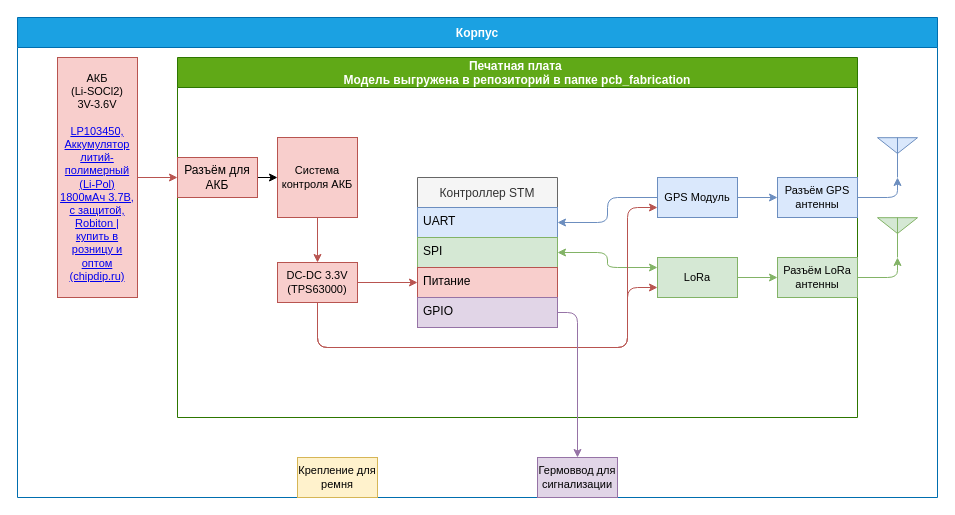
Before: doc/Tracker/Структурая схема треккера Peggy Tracker.drawio in Kvenecusghost/Peggy, a draw.io diagram. Source tidied: cells renumbered, new cells numbered last; positions are measured from the earlier drawing's top-left corner, leaving out a move shared by most shapes. Both pictures are drawn from the tidied source at 100%, with x=0, y=0 at pixel (17, 17).
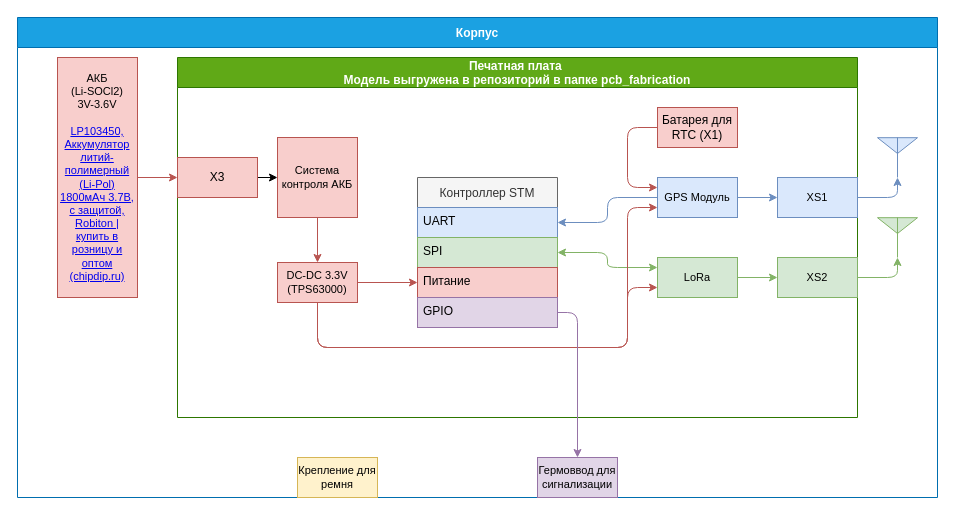
The same diagram, later.

Commit message (it also covers changes not shown here):
Доработал структурную схему Peggy Receiver. Добавил обновлённую структурную схему в ТЗ

Unchanged cells that the change refers to:
```xml
<mxCell id="3" value="Печатная плата &#10;Модель выгружена в репозиторий в папке pcb_fabrication" style="swimlane;startSize=30;fillColor=#60a917;fontColor=#ffffff;strokeColor=#2D7600;" parent="2" vertex="1">
  <mxGeometry x="160" y="40" width="680" height="360" as="geometry" />
</mxCell>
<mxCell id="5" value="&lt;font style=&quot;font-size: 11px&quot;&gt;GPS Модуль&lt;/font&gt;" style="rounded=0;whiteSpace=wrap;html=1;fontSize=11;fillColor=#dae8fc;strokeColor=#6c8ebf;" parent="3" vertex="1">
  <mxGeometry x="480" y="120" width="80" height="40" as="geometry" />
</mxCell>
```

What changed in the source:
```diff
@@
-    <mxCell id="22" value="Разъём для АКБ" style="rounded=0;whiteSpace=wrap;html=1;fillColor=#f8cecc;strokeColor=#b85450;" parent="3" vertex="1">
+    <mxCell id="22" value="X3" style="rounded=0;whiteSpace=wrap;html=1;fillColor=#f8cecc;strokeColor=#b85450;" parent="3" vertex="1">
       <mxGeometry y="100" width="80" height="40" as="geometry" />
     </mxCell>
-    <mxCell id="23" value="&lt;font style=&quot;font-size: 11px&quot;&gt;Разъём GPS антенны&lt;/font&gt;" style="rounded=0;whiteSpace=wrap;html=1;fontSize=11;fillColor=#dae8fc;strokeColor=#6c8ebf;" parent="3" vertex="1">
+    <mxCell id="23" value="&lt;font style=&quot;font-size: 11px&quot;&gt;XS1&lt;/font&gt;" style="rounded=0;whiteSpace=wrap;html=1;fontSize=11;fillColor=#dae8fc;strokeColor=#6c8ebf;" parent="3" vertex="1">
       <mxGeometry x="600" y="120" width="80" height="40" as="geometry" />
     </mxCell>
-    <mxCell id="24" value="&lt;font style=&quot;font-size: 11px&quot;&gt;Разъём LoRa антенны&lt;/font&gt;" style="rounded=0;whiteSpace=wrap;html=1;fontSize=11;fillColor=#d5e8d4;strokeColor=#82b366;" parent="3" vertex="1">
+    <mxCell id="24" value="&lt;font style=&quot;font-size: 11px&quot;&gt;XS2&lt;/font&gt;" style="rounded=0;whiteSpace=wrap;html=1;fontSize=11;fillColor=#d5e8d4;strokeColor=#82b366;" parent="3" vertex="1">
       <mxGeometry x="600" y="200" width="80" height="40" as="geometry" />
     </mxCell>
+    <mxCell id="34" style="edgeStyle=orthogonalEdgeStyle;rounded=1;jettySize=auto;html=1;exitX=0;exitY=0.5;exitDx=0;exitDy=0;entryX=0;entryY=0.25;entryDx=0;entryDy=0;fillColor=#f8cecc;strokeColor=#b85450;" parent="3" edge="1" source="35" target="5">
+      <mxGeometry relative="1" as="geometry">
+        <Array as="points">
+          <mxPoint x="450" y="70" />
+          <mxPoint x="450" y="130" />
+        </Array>
+      </mxGeometry>
+    </mxCell>
+    <mxCell id="35" value="Батарея для RTC (X1)" style="rounded=0;whiteSpace=wrap;html=1;fillColor=#f8cecc;strokeColor=#b85450;" parent="3" vertex="1">
+      <mxGeometry x="480" y="50" width="80" height="40" as="geometry" />
+    </mxCell>
```
